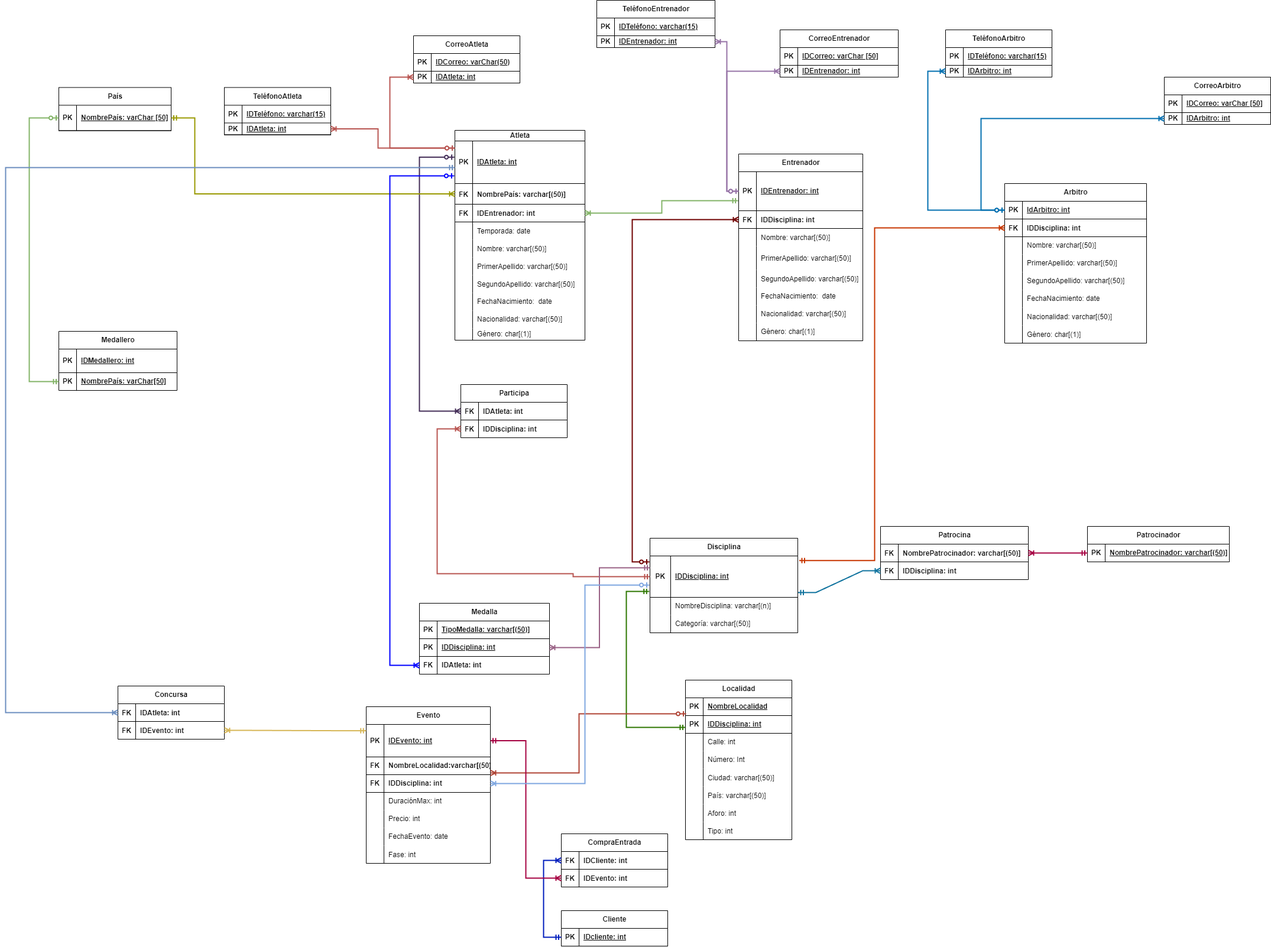
Above: practicas/Práctica07_Excelbenders/Diagramas/RelacionalExcelbenders.png in JuanSosaCiencias/TrabajosBDD (draw.io), before the change. Source tidied: cells renumbered, new cells last; positions are measured from the earlier drawing's top-left corner, leaving out a move shared by most shapes.
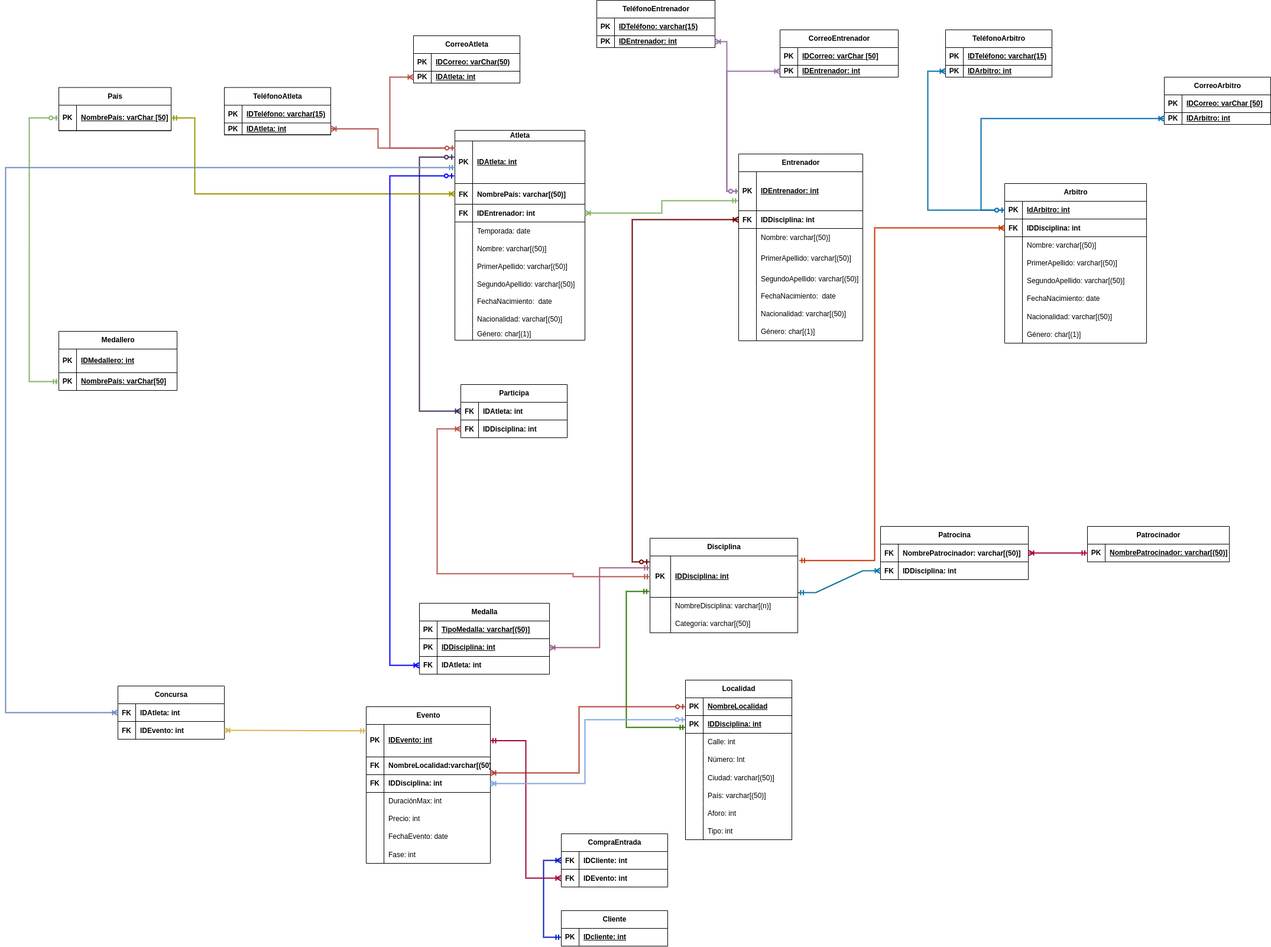
The same file after the commit.

Commit message:
update: corrige el relacional y el ddl en la p7

Change to the diagram source:
```diff
@@ -791,7 +791,7 @@
         </Array>
       </mxGeometry>
     </mxCell>
-    <mxCell id="251" style="edgeStyle=elbowEdgeStyle;fontSize=12;html=1;endArrow=ERoneToMany;startArrow=ERzeroToOne;rounded=0;strokeWidth=2;fillColor=#fad9d5;strokeColor=#ae4132;exitX=0.006;exitY=-0.1;exitDx=0;exitDy=0;entryX=1;entryY=-0.1;entryDx=0;entryDy=0;entryPerimeter=0;exitPerimeter=0;" parent="1" edge="1" source="88" target="9">
+    <mxCell id="251" style="edgeStyle=elbowEdgeStyle;fontSize=12;html=1;endArrow=ERoneToMany;startArrow=ERzeroToOne;rounded=0;strokeWidth=2;fillColor=#fad9d5;strokeColor=#ae4132;exitX=0;exitY=0.5;exitDx=0;exitDy=0;entryX=1;entryY=-0.1;entryDx=0;entryDy=0;entryPerimeter=0;" parent="1" edge="1" source="85" target="9">
       <mxGeometry relative="1" as="geometry">
         <Array as="points">
           <mxPoint x="970" y="1240" />
@@ -860,7 +860,7 @@
         </Array>
       </mxGeometry>
     </mxCell>
-    <mxCell id="262" style="edgeStyle=elbowEdgeStyle;fontSize=12;html=1;endArrow=ERoneToMany;startArrow=ERzeroToOne;rounded=0;strokeWidth=2;fillColor=#fad9d5;strokeColor=#7EA6E0;entryX=1;entryY=0.5;entryDx=0;entryDy=0;exitX=-0.004;exitY=0.702;exitDx=0;exitDy=0;exitPerimeter=0;" parent="1" edge="1" source="75" target="9">
+    <mxCell id="262" style="edgeStyle=elbowEdgeStyle;fontSize=12;html=1;endArrow=ERoneToMany;startArrow=ERzeroToOne;rounded=0;strokeWidth=2;fillColor=#fad9d5;strokeColor=#7EA6E0;entryX=1;entryY=0.5;entryDx=0;entryDy=0;exitX=-0.004;exitY=0.233;exitDx=0;exitDy=0;exitPerimeter=0;" parent="1" edge="1" source="88" target="9">
       <mxGeometry relative="1" as="geometry">
         <Array as="points">
           <mxPoint x="980" y="1250" />
```
